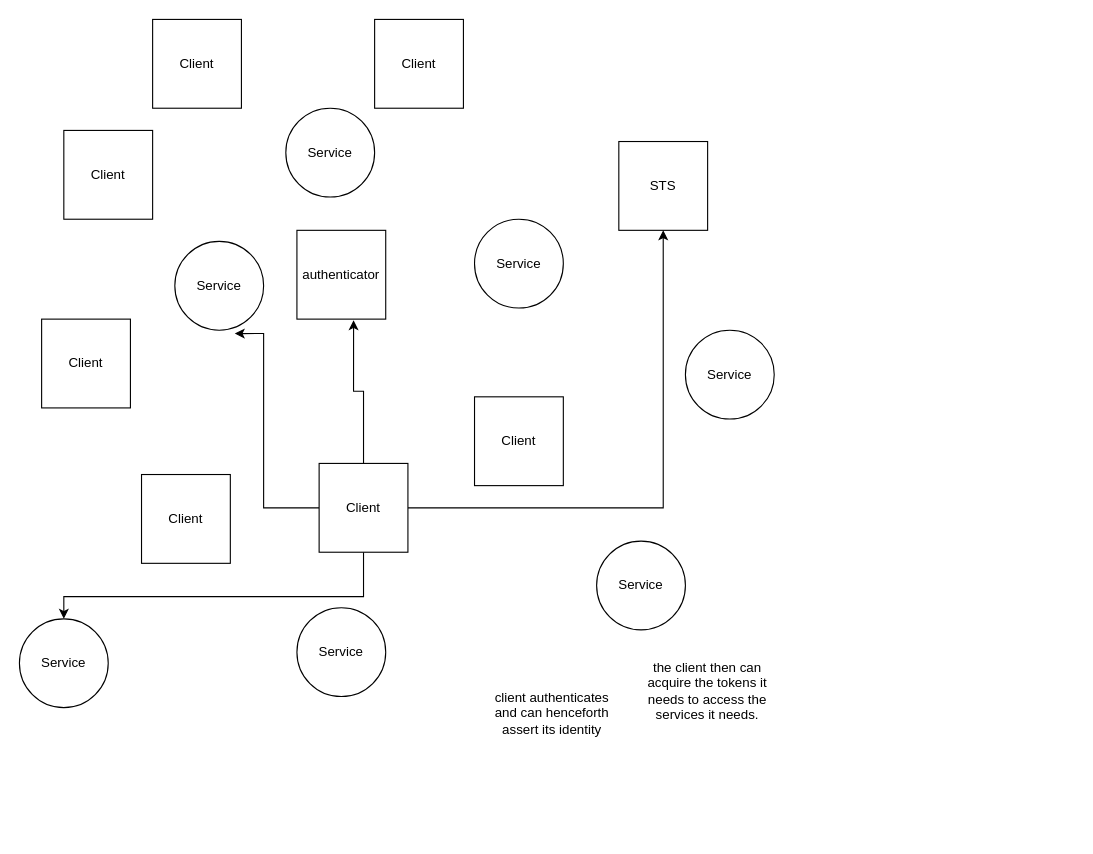
This is page "Page-1" (1 of 2) of Secure Token Exchange.drawio from dachachacha/dotfiles, a draw.io file, before an edit. Source tidied: cells renumbered, new cells numbered last; positions are measured from the earlier drawing's top-left corner, leaving out a move shared by most shapes. Both pictures are drawn from the tidied source at 111%, with x=0, y=0 at pixel (19, 19).
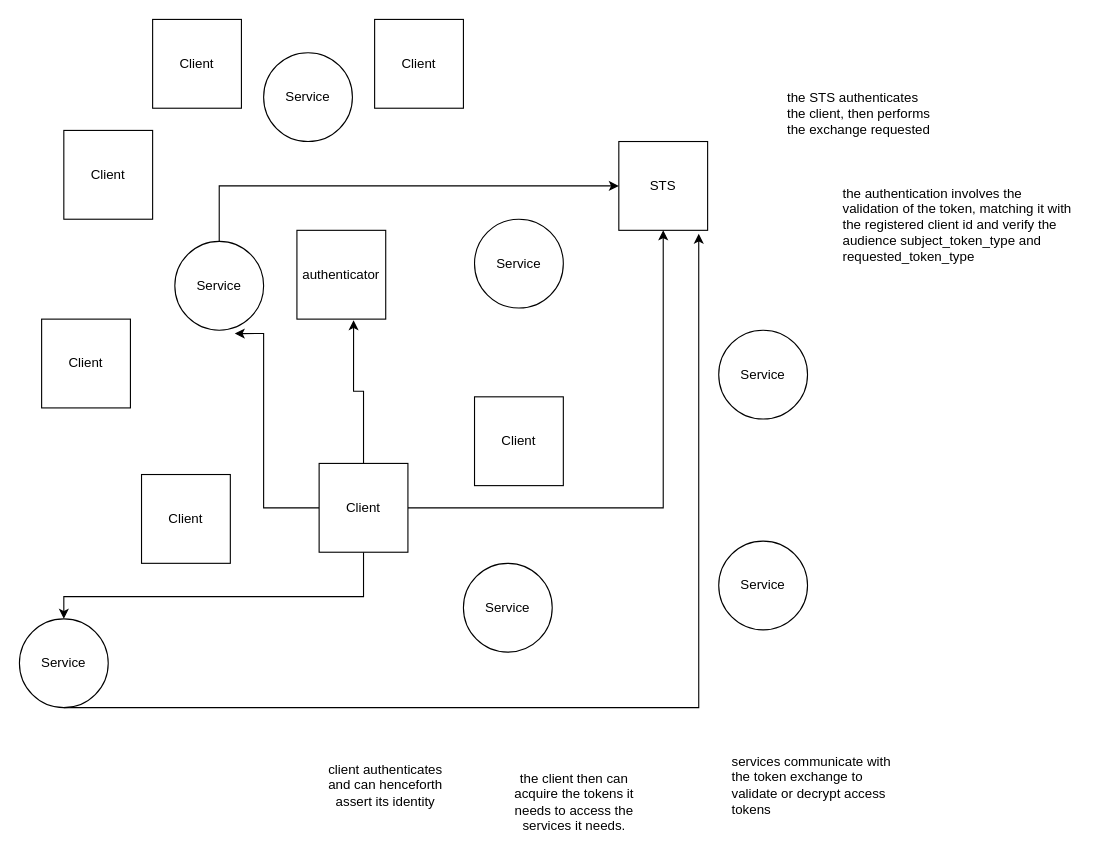
Above is the later version.

The change refers to these unchanged cells:
```xml
<mxCell id="3" value="STS" style="whiteSpace=wrap;html=1;" parent="1" vertex="1">
  <mxGeometry x="540" y="110" width="80" height="80" as="geometry" />
</mxCell>
<mxCell id="17" value="Service" style="ellipse;whiteSpace=wrap;html=1;" parent="1" vertex="1">
  <mxGeometry x="140" y="200" width="80" height="80" as="geometry" />
</mxCell>
<mxCell id="18" value="Service" style="ellipse;whiteSpace=wrap;html=1;" parent="1" vertex="1">
  <mxGeometry y="540" width="80" height="80" as="geometry" />
</mxCell>
```

What changed in the source:
```diff
@@
     <mxCell id="15" value="Service" style="ellipse;whiteSpace=wrap;html=1;" parent="1" vertex="1">
-      <mxGeometry x="250" y="530" width="80" height="80" as="geometry" />
+      <mxGeometry x="400" y="490" width="80" height="80" as="geometry" />
     </mxCell>
     <mxCell id="16" value="Service" style="ellipse;whiteSpace=wrap;html=1;" parent="1" vertex="1">
-      <mxGeometry x="240" y="80" width="80" height="80" as="geometry" />
+      <mxGeometry x="220" y="30" width="80" height="80" as="geometry" />
     </mxCell>
+    <mxCell id="24" style="edgeStyle=orthogonalEdgeStyle;rounded=0;jettySize=auto;html=1;" parent="1" edge="1" source="17" target="3">
+      <mxGeometry relative="1" as="geometry">
+        <Array as="points">
+          <mxPoint x="180" y="150" />
+        </Array>
+      </mxGeometry>
+    </mxCell>
@@
+    <mxCell id="25" style="edgeStyle=orthogonalEdgeStyle;rounded=0;jettySize=auto;html=1;entryX=0.9;entryY=1.038;entryDx=0;entryDy=0;entryPerimeter=0;" parent="1" edge="1" source="18" target="3">
+      <mxGeometry relative="1" as="geometry">
+        <Array as="points">
+          <mxPoint x="612" y="620" />
+        </Array>
+      </mxGeometry>
+    </mxCell>
@@
     <mxCell id="19" value="Service" style="ellipse;whiteSpace=wrap;html=1;" parent="1" vertex="1">
-      <mxGeometry x="600" y="280" width="80" height="80" as="geometry" />
+      <mxGeometry x="630" y="280" width="80" height="80" as="geometry" />
     </mxCell>
@@
     <mxCell id="21" value="Service" style="ellipse;whiteSpace=wrap;html=1;" parent="1" vertex="1">
-      <mxGeometry x="520" y="470" width="80" height="80" as="geometry" />
+      <mxGeometry x="630" y="470" width="80" height="80" as="geometry" />
     </mxCell>
     <mxCell id="22" value="client authenticates and can henceforth assert its identity" style="text;html=1;strokeColor=none;fillColor=none;align=center;verticalAlign=middle;whiteSpace=wrap;rounded=0;" parent="1" vertex="1">
-      <mxGeometry x="420" y="600" width="120" height="50" as="geometry" />
+      <mxGeometry x="270" y="665" width="120" height="50" as="geometry" />
     </mxCell>
     <mxCell id="23" value="the client then can acquire the tokens it needs to access the services it needs." style="text;html=1;strokeColor=none;fillColor=none;align=center;verticalAlign=middle;whiteSpace=wrap;rounded=0;" parent="1" vertex="1">
-      <mxGeometry x="560" y="580" width="120" height="50" as="geometry" />
+      <mxGeometry x="440" y="680" width="120" height="50" as="geometry" />
     </mxCell>
+    <mxCell id="26" value="services communicate with the token exchange to validate or decrypt access tokens" style="text;html=1;strokeColor=none;fillColor=none;align=left;verticalAlign=middle;whiteSpace=wrap;rounded=0;" parent="1" vertex="1">
+      <mxGeometry x="640" y="670" width="150" height="40" as="geometry" />
+    </mxCell>
+    <mxCell id="27" value="the STS authenticates the client, then performs the exchange requested" style="text;html=1;strokeColor=none;fillColor=none;align=left;verticalAlign=middle;whiteSpace=wrap;rounded=0;" parent="1" vertex="1">
+      <mxGeometry x="690" y="70" width="140" height="30" as="geometry" />
+    </mxCell>
+    <mxCell id="28" value="the authentication involves the validation of the token, matching it with the registered client id and verify the audience subject_token_type and requested_token_type" style="text;html=1;strokeColor=none;fillColor=none;align=left;verticalAlign=middle;whiteSpace=wrap;rounded=0;" parent="1" vertex="1">
+      <mxGeometry x="740" y="170" width="210" height="30" as="geometry" />
+    </mxCell>
```
